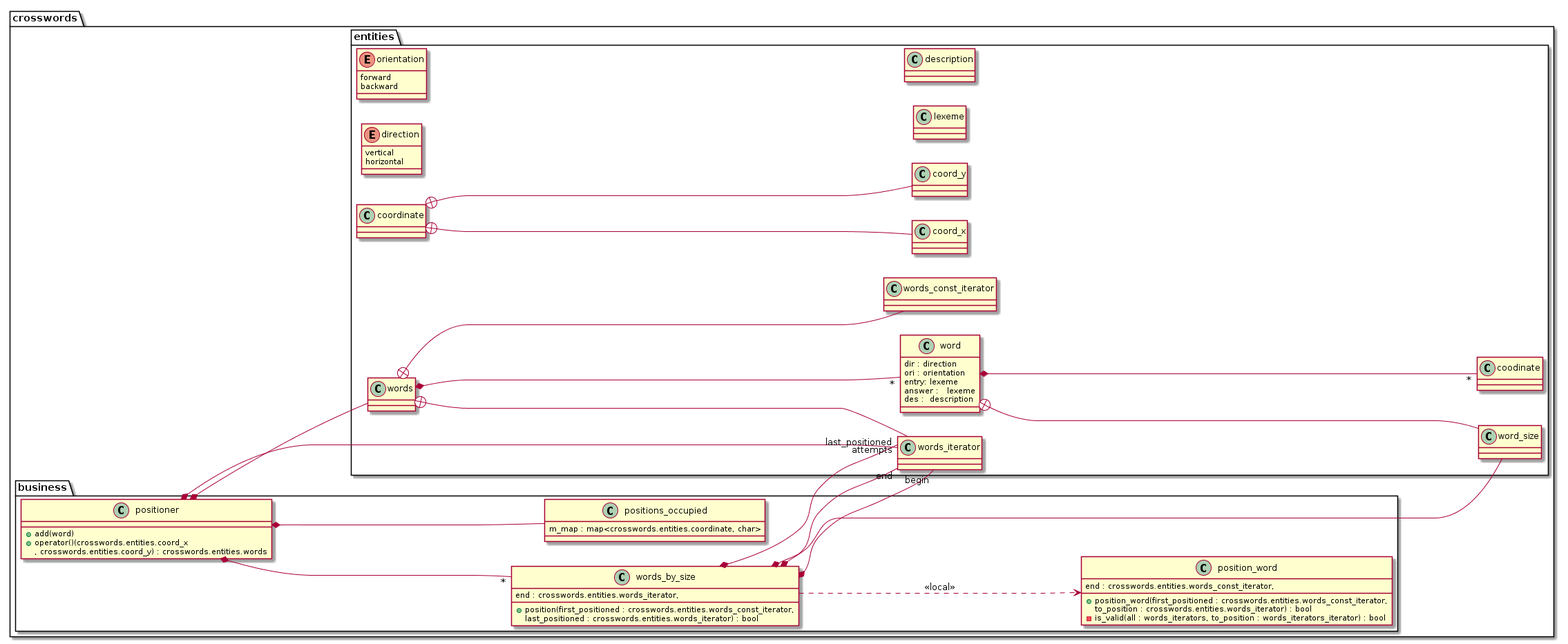
Above: code/crosswords/document/uml.png in rodrigocanellas/tenacitas (PlantUML), before the change.
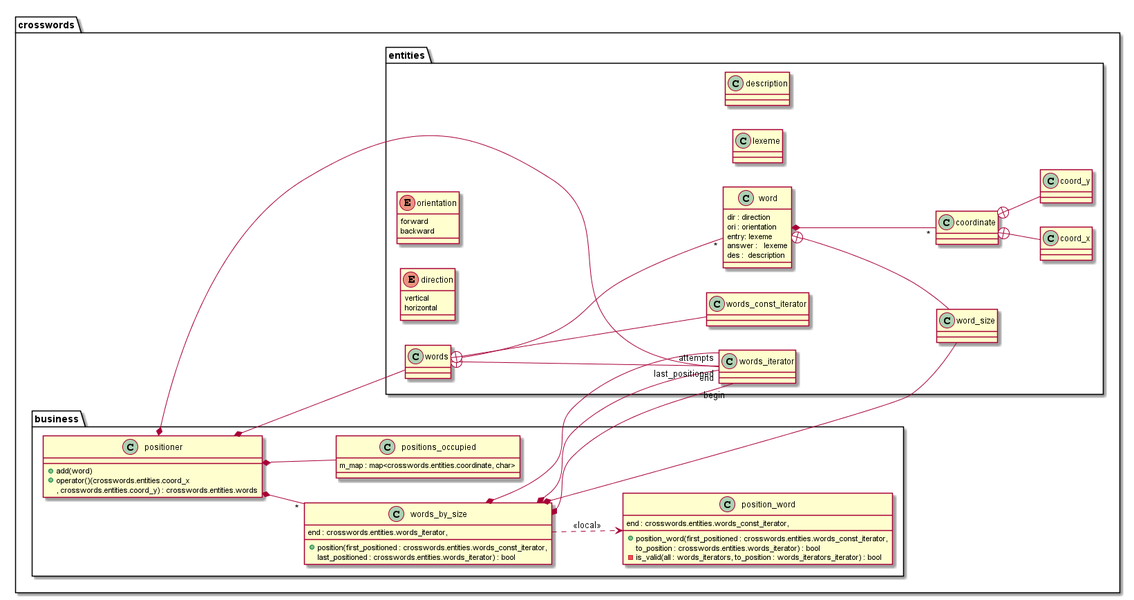
After the change.

Change to the diagram source:
```diff
@@ -26,7 +26,7 @@
 			des :  description
 		}
 		word +-- word_size
-		word *-- "*" coodinate
+		word *-- "*" coordinate
 		words *-- "*" word
 		words +-- words_iterator
 		words +-- words_const_iterator
```
